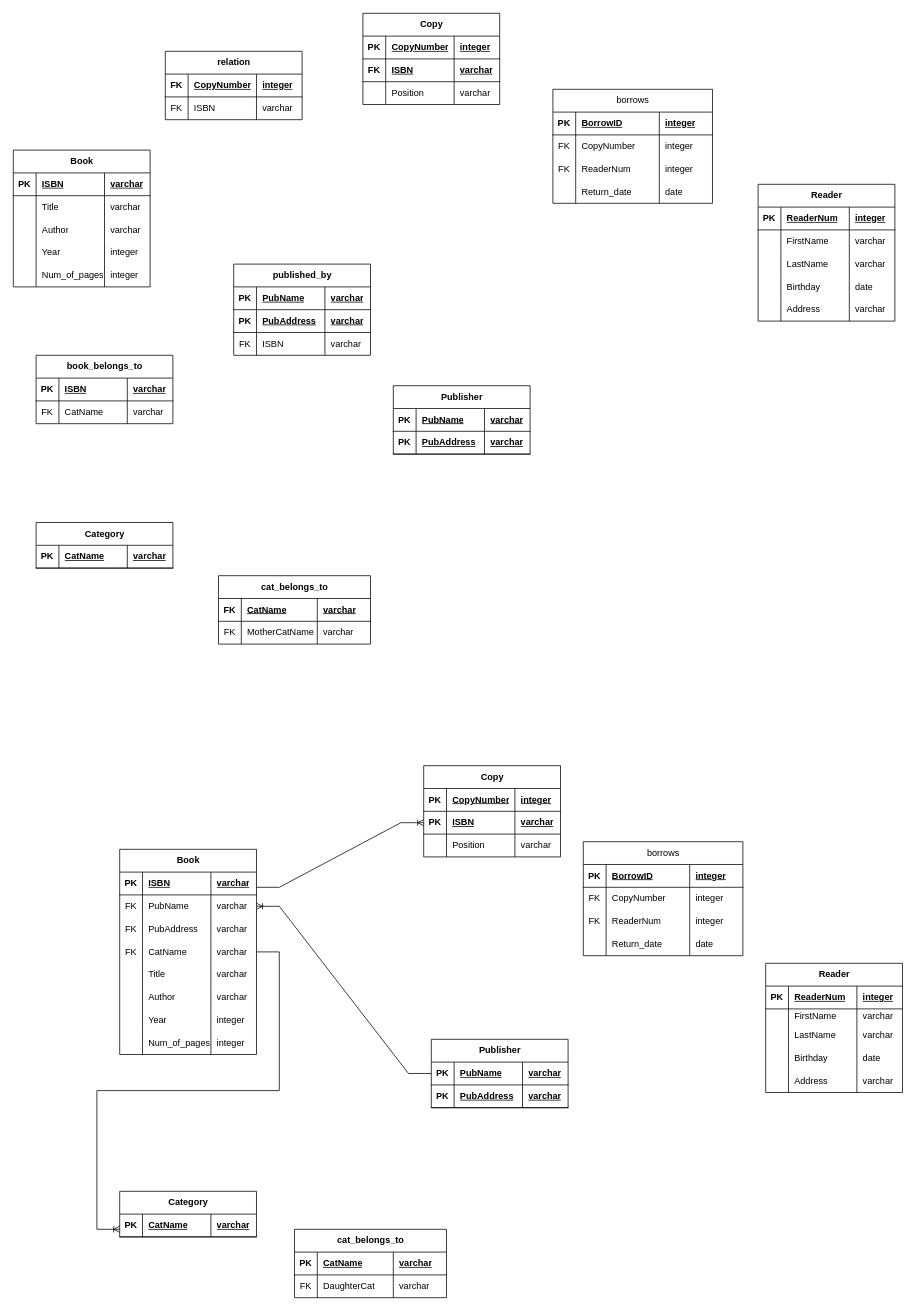
Before: Диаграмма без названия.drawio in agirlwithcamomiles/testing_git, a draw.io diagram. Source tidied: cells renumbered, new cells numbered last; positions are measured from the earlier drawing's top-left corner, leaving out a move shared by most shapes. Both pictures are drawn from the tidied source at 76%, with x=0, y=0 at pixel (13, 13).
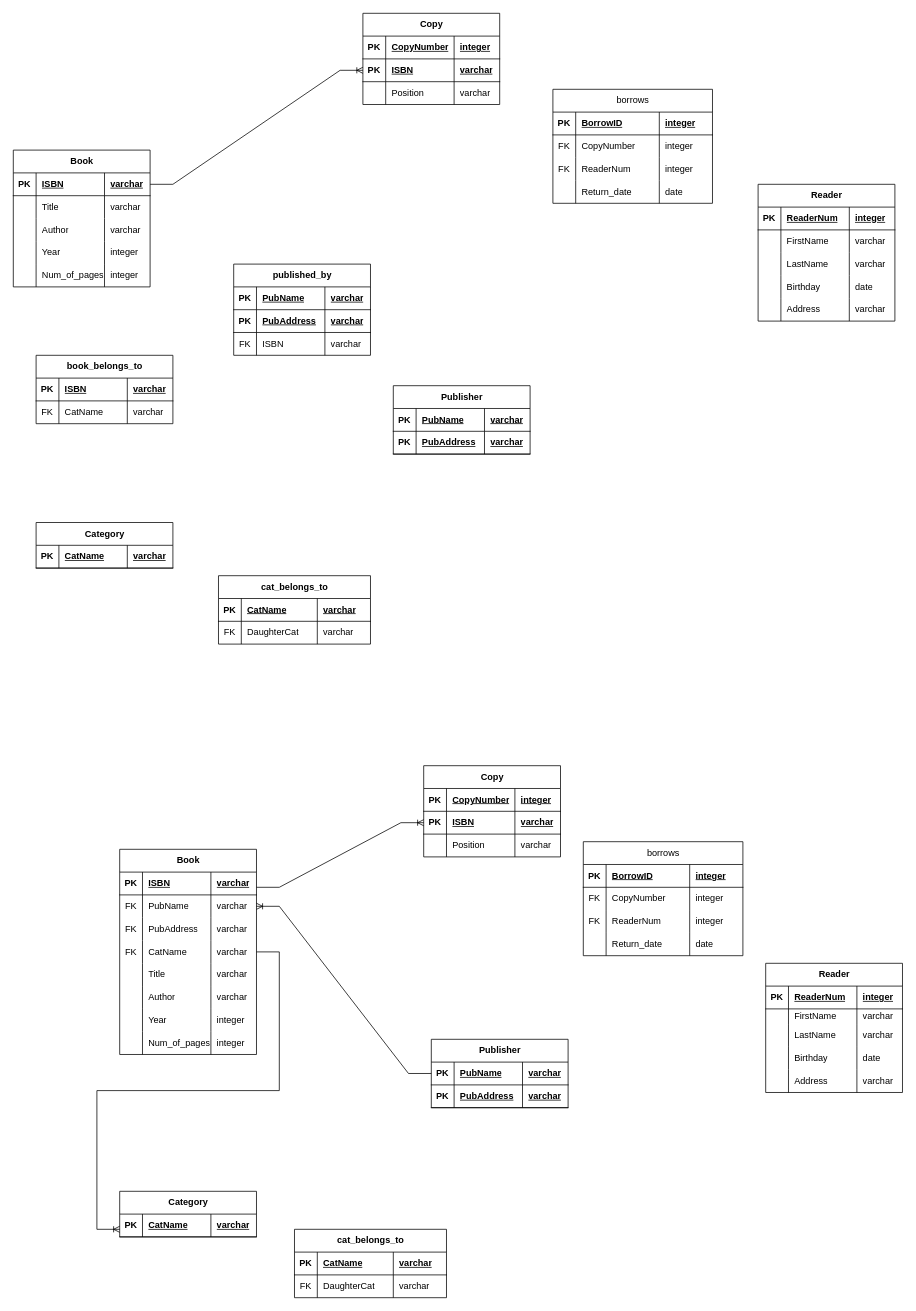
Above is the later version.

The change refers to these unchanged cells:
```xml
<mxCell id="3" style="shape=tableRow;horizontal=0;startSize=0;swimlaneHead=0;swimlaneBody=0;fillColor=none;points=[[0,0.5],[1,0.5]];portConstraint=eastwest;top=0;left=0;right=0;bottom=1;" parent="2" vertex="1">
  <mxGeometry y="30" width="180" height="30" as="geometry" />
</mxCell>
<mxCell id="28" style="shape=tableRow;horizontal=0;startSize=0;swimlaneHead=0;swimlaneBody=0;fillColor=none;points=[[0,0.5],[1,0.5]];portConstraint=eastwest;top=0;left=0;right=0;bottom=1;" parent="23" vertex="1">
  <mxGeometry y="60" width="180" height="30" as="geometry" />
</mxCell>
<mxCell id="91" style="shape=tableRow;horizontal=0;startSize=0;swimlaneHead=0;swimlaneBody=0;fillColor=none;top=0;left=0;right=0;bottom=1;" parent="90" vertex="1">
  <mxGeometry y="30" width="200" height="30" as="geometry" />
</mxCell>
<mxCell id="95" style="shape=tableRow;horizontal=0;startSize=0;swimlaneHead=0;swimlaneBody=0;fillColor=none;top=0;left=0;right=0;bottom=0;" parent="90" vertex="1">
  <mxGeometry y="60" width="200" height="30" as="geometry" />
</mxCell>
```

Change to the diagram source:
```diff
@@
-    <mxCell id="29" value="FK" style="shape=partialRectangle;fillColor=none;top=0;left=0;bottom=0;right=0;fontStyle=1;overflow=hidden;whiteSpace=wrap;html=1;" parent="28" vertex="1">
+    <mxCell id="29" value="PK" style="shape=partialRectangle;fillColor=none;top=0;left=0;bottom=0;right=0;fontStyle=1;overflow=hidden;whiteSpace=wrap;html=1;" parent="28" vertex="1">
       <mxGeometry width="30" height="30" as="geometry" />
     </mxCell>
@@
-    <mxCell id="81" value="relation" style="shape=table;startSize=30;childLayout=tableLayout;rowLines=0;fontStyle=1;align=center;html=1;" parent="1" vertex="1">
-      <mxGeometry x="200" y="50" width="180" height="90" as="geometry" />
-    </mxCell>
-    <mxCell id="82" style="shape=tableRow;horizontal=0;startSize=0;swimlaneHead=0;swimlaneBody=0;fillColor=none;top=0;left=0;right=0;bottom=1;" parent="81" vertex="1">
-      <mxGeometry y="30" width="180" height="30" as="geometry" />
-    </mxCell>
-    <mxCell id="83" value="FK" style="shape=partialRectangle;fillColor=none;top=0;left=0;bottom=0;right=0;fontStyle=1;overflow=hidden;whiteSpace=wrap;html=1;" parent="82" vertex="1">
-      <mxGeometry width="30" height="30" as="geometry" />
-    </mxCell>
-    <mxCell id="84" value="CopyNumber" style="shape=partialRectangle;fillColor=none;top=0;left=0;bottom=0;right=0;align=left;spacingLeft=6;fontStyle=5;overflow=hidden;whiteSpace=wrap;html=1;" parent="82" vertex="1">
-      <mxGeometry x="30" width="90" height="30" as="geometry" />
-    </mxCell>
-    <mxCell id="85" value="integer" style="shape=partialRectangle;fillColor=none;top=0;left=0;bottom=0;right=0;align=left;spacingLeft=6;fontStyle=5;overflow=hidden;whiteSpace=wrap;html=1;" parent="82" vertex="1">
-      <mxGeometry x="120" width="60" height="30" as="geometry" />
-    </mxCell>
-    <mxCell id="86" style="shape=tableRow;horizontal=0;startSize=0;swimlaneHead=0;swimlaneBody=0;fillColor=none;top=0;left=0;right=0;bottom=0;" parent="81" vertex="1">
-      <mxGeometry y="60" width="180" height="30" as="geometry" />
-    </mxCell>
-    <mxCell id="87" value="FK" style="shape=partialRectangle;fillColor=none;top=0;left=0;bottom=0;right=0;overflow=hidden;whiteSpace=wrap;html=1;" parent="86" vertex="1">
-      <mxGeometry width="30" height="30" as="geometry" />
-    </mxCell>
-    <mxCell id="88" value="ISBN" style="shape=partialRectangle;fillColor=none;top=0;left=0;bottom=0;right=0;align=left;spacingLeft=6;overflow=hidden;whiteSpace=wrap;html=1;" parent="86" vertex="1">
-      <mxGeometry x="30" width="90" height="30" as="geometry" />
-    </mxCell>
-    <mxCell id="89" value="&lt;div&gt;varchar&lt;/div&gt;" style="shape=partialRectangle;fillColor=none;top=0;left=0;bottom=0;right=0;align=left;spacingLeft=6;overflow=hidden;whiteSpace=wrap;html=1;" parent="86" vertex="1">
-      <mxGeometry x="120" width="60" height="30" as="geometry" />
-    </mxCell>
@@
-    <mxCell id="92" value="FK" style="shape=partialRectangle;fillColor=none;top=0;left=0;bottom=0;right=0;fontStyle=1;overflow=hidden;whiteSpace=wrap;html=1;" parent="91" vertex="1">
+    <mxCell id="92" value="PK" style="shape=partialRectangle;fillColor=none;top=0;left=0;bottom=0;right=0;fontStyle=1;overflow=hidden;whiteSpace=wrap;html=1;" parent="91" vertex="1">
       <mxGeometry width="30" height="30" as="geometry" />
     </mxCell>
@@
-    <mxCell id="97" value="MotherCatName" style="shape=partialRectangle;fillColor=none;top=0;left=0;bottom=0;right=0;align=left;spacingLeft=6;overflow=hidden;whiteSpace=wrap;html=1;" parent="95" vertex="1">
+    <mxCell id="97" value="DaughterCat" style="shape=partialRectangle;fillColor=none;top=0;left=0;bottom=0;right=0;align=left;spacingLeft=6;overflow=hidden;whiteSpace=wrap;html=1;" parent="95" vertex="1">
       <mxGeometry x="30" width="100" height="30" as="geometry" />
     </mxCell>
@@
+    <mxCell id="246" style="edgeStyle=entityRelationEdgeStyle;fontSize=12;html=1;endArrow=ERoneToMany;rounded=0;exitX=1;exitY=0.5;exitDx=0;exitDy=0;entryX=0;entryY=0.5;entryDx=0;entryDy=0;" parent="1" edge="1" source="3" target="28">
+      <mxGeometry relative="1" as="geometry" />
+    </mxCell>
```
